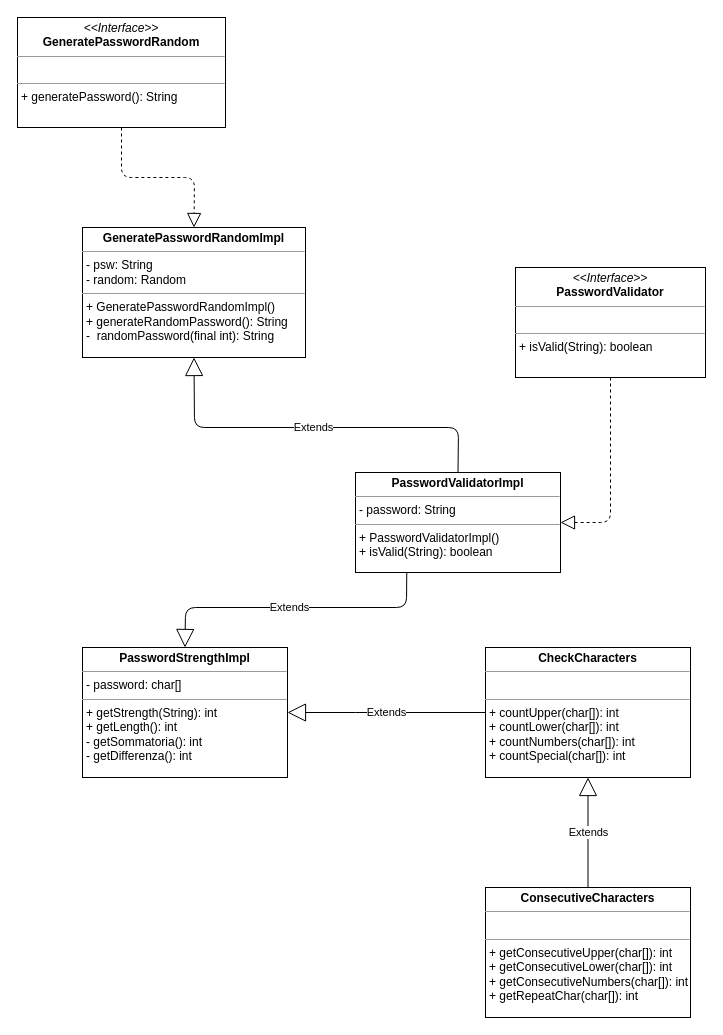
Above: notes/design-password.drawio in metaphori/students-oop20-di-santi-giovanni-conti-massimiliano-ercolani-francesco-cellot-davide-keepassj (draw.io), before the change. Source tidied: cells renumbered, new cells numbered last; positions are measured from the earlier drawing's top-left corner, leaving out a move shared by most shapes. Both pictures are drawn from the tidied source at 100%, with x=0, y=0 at pixel (17, 17).
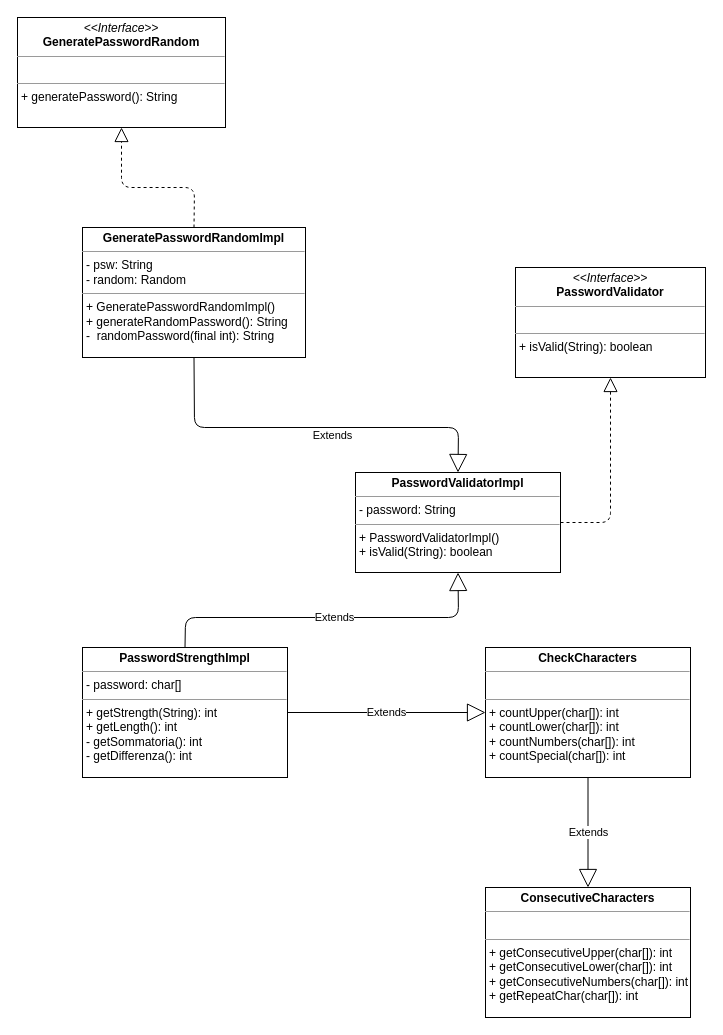
Above is the later version.

Commit message:
Update UML password

The change refers to these unchanged cells:
```xml
<mxCell id="2" value="&lt;p style=&quot;margin: 0px ; margin-top: 4px ; text-align: center&quot;&gt;&lt;i&gt;&amp;lt;&amp;lt;Interface&amp;gt;&amp;gt;&lt;/i&gt;&lt;br&gt;&lt;b&gt;PasswordValidator&lt;/b&gt;&lt;/p&gt;&lt;hr size=&quot;1&quot;&gt;&lt;p style=&quot;margin: 0px ; margin-left: 4px&quot;&gt;&lt;br&gt;&lt;/p&gt;&lt;hr size=&quot;1&quot;&gt;&lt;p style=&quot;margin: 0px ; margin-left: 4px&quot;&gt;+ isValid(String): boolean&lt;br&gt;&lt;/p&gt;" style="verticalAlign=top;align=left;overflow=fill;fontSize=12;fontFamily=Helvetica;html=1;" parent="1" vertex="1">
  <mxGeometry x="498" y="250" width="190" height="110" as="geometry" />
</mxCell>
<mxCell id="3" value="&lt;p style=&quot;margin: 0px ; margin-top: 4px ; text-align: center&quot;&gt;&lt;b&gt;PasswordStrengthImpl&lt;/b&gt;&lt;/p&gt;&lt;hr size=&quot;1&quot;&gt;&lt;p style=&quot;margin: 0px ; margin-left: 4px&quot;&gt;- password: char[]&lt;/p&gt;&lt;hr size=&quot;1&quot;&gt;&lt;p style=&quot;margin: 0px 0px 0px 4px&quot;&gt;+ getStrength(String): int&lt;/p&gt;&lt;p style=&quot;margin: 0px 0px 0px 4px&quot;&gt;+ getLength(): int&lt;/p&gt;&lt;p style=&quot;margin: 0px 0px 0px 4px&quot;&gt;- getSommatoria(): int&lt;/p&gt;&lt;p style=&quot;margin: 0px 0px 0px 4px&quot;&gt;- getDifferenza(): int&lt;/p&gt;&lt;p style=&quot;margin: 0px 0px 0px 4px&quot;&gt;&lt;br&gt;&lt;/p&gt;" style="verticalAlign=top;align=left;overflow=fill;fontSize=12;fontFamily=Helvetica;html=1;" parent="1" vertex="1">
  <mxGeometry x="65" y="630" width="205" height="130" as="geometry" />
</mxCell>
<mxCell id="4" value="&lt;p style=&quot;margin: 0px ; margin-top: 4px ; text-align: center&quot;&gt;&lt;b&gt;PasswordValidatorImpl&lt;/b&gt;&lt;/p&gt;&lt;hr size=&quot;1&quot;&gt;&lt;p style=&quot;margin: 0px ; margin-left: 4px&quot;&gt;- password: String&lt;/p&gt;&lt;hr size=&quot;1&quot;&gt;&lt;p style=&quot;margin: 0px 0px 0px 4px&quot;&gt;+ PasswordValidatorImpl()&lt;/p&gt;&lt;p style=&quot;margin: 0px 0px 0px 4px&quot;&gt;+ isValid(String): boolean&lt;/p&gt;" style="verticalAlign=top;align=left;overflow=fill;fontSize=12;fontFamily=Helvetica;html=1;" parent="1" vertex="1">
  <mxGeometry x="338" y="455" width="205" height="100" as="geometry" />
</mxCell>
<mxCell id="5" value="&lt;p style=&quot;margin: 0px ; margin-top: 4px ; text-align: center&quot;&gt;&lt;i&gt;&amp;lt;&amp;lt;Interface&amp;gt;&amp;gt;&lt;/i&gt;&lt;br&gt;&lt;b&gt;GeneratePasswordRandom&lt;/b&gt;&lt;/p&gt;&lt;hr size=&quot;1&quot;&gt;&lt;p style=&quot;margin: 0px ; margin-left: 4px&quot;&gt;&lt;br&gt;&lt;/p&gt;&lt;hr size=&quot;1&quot;&gt;&lt;p style=&quot;margin: 0px ; margin-left: 4px&quot;&gt;+ generatePassword(): String&lt;br&gt;&lt;/p&gt;" style="verticalAlign=top;align=left;overflow=fill;fontSize=12;fontFamily=Helvetica;html=1;" parent="1" vertex="1">
  <mxGeometry width="208" height="110" as="geometry" />
</mxCell>
<mxCell id="6" value="&lt;p style=&quot;margin: 0px ; margin-top: 4px ; text-align: center&quot;&gt;&lt;b&gt;GeneratePasswordRandomImpl&lt;/b&gt;&lt;/p&gt;&lt;hr size=&quot;1&quot;&gt;&lt;p style=&quot;margin: 0px ; margin-left: 4px&quot;&gt;- psw: String&lt;/p&gt;&lt;p style=&quot;margin: 0px ; margin-left: 4px&quot;&gt;- random: Random&lt;/p&gt;&lt;hr size=&quot;1&quot;&gt;&lt;p style=&quot;margin: 0px 0px 0px 4px&quot;&gt;+ GeneratePasswordRandomImpl()&lt;/p&gt;&lt;p style=&quot;margin: 0px 0px 0px 4px&quot;&gt;+ generateRandomPassword(): String&lt;/p&gt;&lt;p style=&quot;margin: 0px 0px 0px 4px&quot;&gt;-&amp;nbsp; randomPassword(final int): String&lt;/p&gt;" style="verticalAlign=top;align=left;overflow=fill;fontSize=12;fontFamily=Helvetica;html=1;" parent="1" vertex="1">
  <mxGeometry x="65" y="210" width="223" height="130" as="geometry" />
</mxCell>
<mxCell id="11" value="&lt;p style=&quot;margin: 0px ; margin-top: 4px ; text-align: center&quot;&gt;&lt;b&gt;CheckCharacters&lt;/b&gt;&lt;/p&gt;&lt;hr size=&quot;1&quot;&gt;&lt;p style=&quot;margin: 0px ; margin-left: 4px&quot;&gt;&lt;br&gt;&lt;/p&gt;&lt;hr size=&quot;1&quot;&gt;&lt;p style=&quot;margin: 0px 0px 0px 4px&quot;&gt;+ countUpper(char[]): int&lt;/p&gt;&lt;p style=&quot;margin: 0px 0px 0px 4px&quot;&gt;+ countLower(char[]): int&lt;br&gt;&lt;/p&gt;&lt;p style=&quot;margin: 0px 0px 0px 4px&quot;&gt;+ countNumbers(char[]): int&lt;br&gt;&lt;/p&gt;&lt;p style=&quot;margin: 0px 0px 0px 4px&quot;&gt;+ countSpecial(char[]): int&lt;br&gt;&lt;/p&gt;&lt;p style=&quot;margin: 0px 0px 0px 4px&quot;&gt;&lt;br&gt;&lt;/p&gt;" style="verticalAlign=top;align=left;overflow=fill;fontSize=12;fontFamily=Helvetica;html=1;" parent="1" vertex="1">
  <mxGeometry x="468" y="630" width="205" height="130" as="geometry" />
</mxCell>
<mxCell id="12" value="&lt;p style=&quot;margin: 0px ; margin-top: 4px ; text-align: center&quot;&gt;&lt;b&gt;ConsecutiveCharacters&lt;/b&gt;&lt;/p&gt;&lt;hr size=&quot;1&quot;&gt;&lt;p style=&quot;margin: 0px ; margin-left: 4px&quot;&gt;&lt;br&gt;&lt;/p&gt;&lt;hr size=&quot;1&quot;&gt;&lt;p style=&quot;margin: 0px 0px 0px 4px&quot;&gt;+ getConsecutiveUpper(char[]): int&lt;/p&gt;&lt;p style=&quot;margin: 0px 0px 0px 4px&quot;&gt;+ getConsecutiveLower(char[]): int&lt;br&gt;&lt;/p&gt;&lt;p style=&quot;margin: 0px 0px 0px 4px&quot;&gt;+ getConsecutiveNumbers(char[]): int&lt;br&gt;&lt;/p&gt;&lt;p style=&quot;margin: 0px 0px 0px 4px&quot;&gt;+ getRepeatChar(char[]): int&lt;br&gt;&lt;/p&gt;&lt;p style=&quot;margin: 0px 0px 0px 4px&quot;&gt;&lt;br&gt;&lt;/p&gt;" style="verticalAlign=top;align=left;overflow=fill;fontSize=12;fontFamily=Helvetica;html=1;" parent="1" vertex="1">
  <mxGeometry x="468" y="870" width="205" height="130" as="geometry" />
</mxCell>
```

Change to the diagram source:
```diff
@@
-    <mxCell id="7" style="endArrow=block;dashed=1;endFill=0;endSize=12;html=1;exitX=0.5;exitY=1;exitDx=0;exitDy=0;entryX=0.5;entryY=0;entryDx=0;entryDy=0;" parent="1" edge="1" source="5" target="6">
+    <mxCell id="7" style="endArrow=block;dashed=1;endFill=0;endSize=12;html=1;entryX=0.5;entryY=1;entryDx=0;entryDy=0;exitX=0.5;exitY=0;exitDx=0;exitDy=0;" parent="1" edge="1" source="6" target="5">
       <mxGeometry relative="1" as="geometry">
         <Array as="points">
-          <mxPoint x="104" y="160" />
-          <mxPoint x="177" y="160" />
+          <mxPoint x="177" y="170" />
+          <mxPoint x="104" y="170" />
         </Array>
       </mxGeometry>
     </mxCell>
-    <mxCell id="8" value="Extends" style="endArrow=block;endSize=16;endFill=0;html=1;exitX=0.5;exitY=0;exitDx=0;exitDy=0;entryX=0.5;entryY=1;entryDx=0;entryDy=0;" parent="1" edge="1" source="4" target="6">
-      <mxGeometry relative="1" as="geometry">
+    <mxCell id="8" value="Extends" style="endArrow=block;endSize=16;endFill=0;html=1;entryX=0.5;entryY=0;entryDx=0;entryDy=0;exitX=0.5;exitY=1;exitDx=0;exitDy=0;" parent="1" edge="1" source="6" target="4">
+      <mxGeometry x="0.1" y="-8" relative="1" as="geometry">
         <Array as="points">
+          <mxPoint x="177" y="410" />
           <mxPoint x="441" y="410" />
-          <mxPoint x="177" y="410" />
         </Array>
       </mxGeometry>
     </mxCell>
-    <mxCell id="9" value="Extends" style="endArrow=block;endSize=16;endFill=0;html=1;exitX=0.25;exitY=1;exitDx=0;exitDy=0;entryX=0.5;entryY=0;entryDx=0;entryDy=0;" parent="1" edge="1" source="4" target="3">
+    <mxCell id="9" value="Extends" style="endArrow=block;endSize=16;endFill=0;html=1;exitX=0.5;exitY=0;exitDx=0;exitDy=0;entryX=0.5;entryY=1;entryDx=0;entryDy=0;" parent="1" edge="1" source="3" target="4">
       <mxGeometry x="0.03" relative="1" as="geometry">
         <Array as="points">
-          <mxPoint x="389" y="590" />
-          <mxPoint x="168" y="590" />
+          <mxPoint x="168" y="600" />
+          <mxPoint x="441" y="600" />
         </Array>
       </mxGeometry>
     </mxCell>
-    <mxCell id="10" style="endArrow=block;dashed=1;endFill=0;endSize=12;html=1;exitX=0.5;exitY=1;exitDx=0;exitDy=0;entryX=1;entryY=0.5;entryDx=0;entryDy=0;" parent="1" edge="1" source="2" target="4">
+    <mxCell id="10" style="endArrow=block;dashed=1;endFill=0;endSize=12;html=1;exitX=1;exitY=0.5;exitDx=0;exitDy=0;entryX=0.5;entryY=1;entryDx=0;entryDy=0;" parent="1" edge="1" source="4" target="2">
       <mxGeometry relative="1" as="geometry">
         <Array as="points">
           <mxPoint x="593" y="505" />
         </Array>
       </mxGeometry>
     </mxCell>
@@
-    <mxCell id="13" value="Extends" style="endArrow=block;endSize=16;endFill=0;html=1;entryX=1;entryY=0.5;entryDx=0;entryDy=0;exitX=0;exitY=0.5;exitDx=0;exitDy=0;" parent="1" edge="1" source="11" target="3">
-      <mxGeometry relative="1" as="geometry">
-        <Array as="points">
-          <mxPoint x="348" y="695" />
-        </Array>
-      </mxGeometry>
+    <mxCell id="13" value="Extends" style="endArrow=block;endSize=16;endFill=0;html=1;exitX=1;exitY=0.5;exitDx=0;exitDy=0;entryX=0;entryY=0.5;entryDx=0;entryDy=0;" parent="1" edge="1" source="3" target="11">
+      <mxGeometry relative="1" as="geometry" />
     </mxCell>
-    <mxCell id="14" value="Extends" style="endArrow=block;endSize=16;endFill=0;html=1;exitX=0.5;exitY=0;exitDx=0;exitDy=0;entryX=0.5;entryY=1;entryDx=0;entryDy=0;" parent="1" edge="1" source="12" target="11">
+    <mxCell id="14" value="Extends" style="endArrow=block;endSize=16;endFill=0;html=1;exitX=0.5;exitY=1;exitDx=0;exitDy=0;entryX=0.5;entryY=0;entryDx=0;entryDy=0;" parent="1" edge="1" source="11" target="12">
       <mxGeometry relative="1" as="geometry" />
     </mxCell>
```
